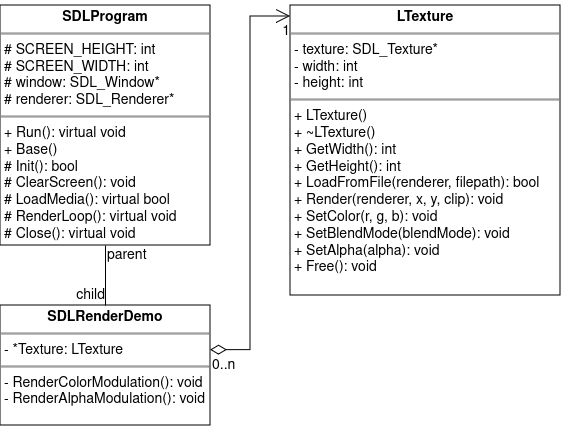
This is misc/design.png from nick-testing/SDL_texturedemo, a draw.io export, as it was before one commit. Source tidied: cells renumbered, new cells last; positions are measured from the earlier drawing's top-left corner, leaving out a move shared by most shapes. Its diagram source:
```xml
<mxGraphModel>
  <root>
    <mxCell id="0" />
    <mxCell id="1" parent="0" />
    <mxCell id="2" value="&lt;p style=&quot;margin: 4px 0px 0px; text-align: center; font-size: 14px;&quot;&gt;&lt;b style=&quot;font-size: 14px;&quot;&gt;SDLProgram&lt;/b&gt;&lt;br style=&quot;font-size: 14px;&quot;&gt;&lt;/p&gt;&lt;hr style=&quot;border-style: solid; font-size: 14px;&quot;&gt;&lt;p style=&quot;margin: 0px 0px 0px 4px; font-size: 14px;&quot;&gt;# SCREEN_HEIGHT: int&lt;/p&gt;&lt;p style=&quot;margin: 0px 0px 0px 4px; font-size: 14px;&quot;&gt;# SCREEN_WIDTH: int&lt;/p&gt;&lt;p style=&quot;margin: 0px 0px 0px 4px; font-size: 14px;&quot;&gt;# window: SDL_Window*&lt;/p&gt;&lt;p style=&quot;margin: 0px 0px 0px 4px; font-size: 14px;&quot;&gt;# renderer: SDL_Renderer*&lt;/p&gt;&lt;hr style=&quot;border-style: solid; font-size: 14px;&quot;&gt;&lt;p style=&quot;margin: 0px 0px 0px 4px; font-size: 14px;&quot;&gt;+ Run(): virtual void&lt;/p&gt;&lt;p style=&quot;margin: 0px 0px 0px 4px; font-size: 14px;&quot;&gt;+ Base()&lt;/p&gt;&lt;p style=&quot;margin: 0px 0px 0px 4px; font-size: 14px;&quot;&gt;# Init(): bool&lt;/p&gt;&lt;p style=&quot;margin: 0px 0px 0px 4px; font-size: 14px;&quot;&gt;# ClearScreen(): void&lt;/p&gt;&lt;p style=&quot;margin: 0px 0px 0px 4px; font-size: 14px;&quot;&gt;# LoadMedia(): virtual bool&lt;br style=&quot;font-size: 14px;&quot;&gt;&lt;/p&gt;&lt;p style=&quot;margin: 0px 0px 0px 4px; font-size: 14px;&quot;&gt;# RenderLoop(): virtual void&lt;/p&gt;&lt;p style=&quot;margin: 0px 0px 0px 4px; font-size: 14px;&quot;&gt;# Close(): virtual void&lt;br style=&quot;font-size: 14px;&quot;&gt;&lt;/p&gt;" style="verticalAlign=top;align=left;overflow=fill;html=1;whiteSpace=wrap;fontSize=14;" parent="1" vertex="1">
      <mxGeometry width="210" height="240" as="geometry" />
    </mxCell>
    <mxCell id="3" value="&lt;p style=&quot;margin: 4px 0px 0px; text-align: center; font-size: 14px;&quot;&gt;&lt;b style=&quot;font-size: 14px;&quot;&gt;SDLRenderDemo&lt;/b&gt;&lt;/p&gt;&lt;hr style=&quot;border-style: solid; font-size: 14px;&quot;&gt;&lt;p style=&quot;margin: 0px 0px 0px 4px; font-size: 14px;&quot;&gt;- *Texture: LTexture&lt;br style=&quot;font-size: 14px;&quot;&gt;&lt;/p&gt;&lt;hr style=&quot;border-style: solid; font-size: 14px;&quot;&gt;&lt;p style=&quot;margin: 0px 0px 0px 4px; font-size: 14px;&quot;&gt;- RenderColorModulation(): void&lt;/p&gt;&lt;p style=&quot;margin: 0px 0px 0px 4px; font-size: 14px;&quot;&gt;- RenderAlphaModulation(): void&lt;br style=&quot;font-size: 14px;&quot;&gt;&lt;/p&gt;" style="verticalAlign=top;align=left;overflow=fill;html=1;whiteSpace=wrap;fontSize=14;" parent="1" vertex="1">
      <mxGeometry y="300" width="210" height="120" as="geometry" />
    </mxCell>
    <mxCell id="4" style="endArrow=none;html=1;edgeStyle=orthogonalEdgeStyle;rounded=0;entryX=0.5;entryY=0;entryDx=0;entryDy=0;exitX=0.5;exitY=1;exitDx=0;exitDy=0;fontSize=14;" parent="1" edge="1" source="2" target="3">
      <mxGeometry relative="1" as="geometry" />
    </mxCell>
    <mxCell id="5" value="parent" style="edgeLabel;html=1;align=left;verticalAlign=bottom;fontSize=14;" parent="4" vertex="1">
      <mxGeometry x="-1" relative="1" as="geometry">
        <mxPoint y="20" as="offset" />
      </mxGeometry>
    </mxCell>
    <mxCell id="6" value="child" style="edgeLabel;html=1;align=right;verticalAlign=bottom;fontSize=14;" parent="4" vertex="1">
      <mxGeometry x="1" relative="1" as="geometry" />
    </mxCell>
    <mxCell id="7" style="endArrow=open;html=1;endSize=12;startArrow=diamondThin;startSize=14;startFill=0;edgeStyle=orthogonalEdgeStyle;rounded=0;exitX=1;exitY=0.372;exitDx=0;exitDy=0;exitPerimeter=0;entryX=0;entryY=0.038;entryDx=0;entryDy=0;entryPerimeter=0;fontSize=14;" parent="1" edge="1" source="3" target="10">
      <mxGeometry relative="1" as="geometry" />
    </mxCell>
    <mxCell id="8" value="0..n" style="edgeLabel;html=1;align=left;verticalAlign=top;fontSize=14;" parent="7" vertex="1">
      <mxGeometry x="-1" relative="1" as="geometry" />
    </mxCell>
    <mxCell id="9" value="1" style="edgeLabel;html=1;align=right;verticalAlign=top;fontSize=14;" parent="7" vertex="1">
      <mxGeometry x="1" relative="1" as="geometry" />
    </mxCell>
    <mxCell id="10" value="&lt;p style=&quot;margin: 4px 0px 0px; text-align: center; font-size: 14px;&quot;&gt;&lt;b style=&quot;font-size: 14px;&quot;&gt;LTexture&lt;/b&gt;&lt;/p&gt;&lt;hr style=&quot;border-style: solid; font-size: 14px;&quot;&gt;&lt;p style=&quot;margin: 0px 0px 0px 4px; font-size: 14px;&quot;&gt;- texture: SDL_Texture*&lt;/p&gt;&lt;p style=&quot;margin: 0px 0px 0px 4px; font-size: 14px;&quot;&gt;- width: int&lt;/p&gt;&lt;p style=&quot;margin: 0px 0px 0px 4px; font-size: 14px;&quot;&gt;- height: int&lt;br style=&quot;font-size: 14px;&quot;&gt;&lt;/p&gt;&lt;hr style=&quot;border-style: solid; font-size: 14px;&quot;&gt;&lt;p style=&quot;margin: 0px 0px 0px 4px; font-size: 14px;&quot;&gt;+ LTexture()&lt;/p&gt;&lt;p style=&quot;margin: 0px 0px 0px 4px; font-size: 14px;&quot;&gt;+ ~LTexture()&lt;br style=&quot;font-size: 14px;&quot;&gt;&lt;/p&gt;&lt;p style=&quot;margin: 0px 0px 0px 4px; font-size: 14px;&quot;&gt;+ GetWidth(): int&lt;/p&gt;&lt;p style=&quot;margin: 0px 0px 0px 4px; font-size: 14px;&quot;&gt;+ GetHeight(): int&lt;/p&gt;&lt;p style=&quot;margin: 0px 0px 0px 4px; font-size: 14px;&quot;&gt;+ LoadFromFile(renderer, filepath): bool&lt;/p&gt;&lt;p style=&quot;margin: 0px 0px 0px 4px; font-size: 14px;&quot;&gt;+ Render(renderer, x, y, clip): void&lt;/p&gt;&lt;p style=&quot;margin: 0px 0px 0px 4px; font-size: 14px;&quot;&gt;+ SetColor(r, g, b): void&lt;/p&gt;&lt;p style=&quot;margin: 0px 0px 0px 4px; font-size: 14px;&quot;&gt;+ SetBlendMode(blendMode): void&lt;/p&gt;&lt;p style=&quot;margin: 0px 0px 0px 4px; font-size: 14px;&quot;&gt;+ SetAlpha(alpha): void&lt;/p&gt;&lt;p style=&quot;margin: 0px 0px 0px 4px; font-size: 14px;&quot;&gt;+ Free(): void &lt;br style=&quot;font-size: 14px;&quot;&gt;&lt;/p&gt;" style="verticalAlign=top;align=left;overflow=fill;html=1;whiteSpace=wrap;fontSize=14;" parent="1" vertex="1">
      <mxGeometry x="290" width="270" height="290" as="geometry" />
    </mxCell>
  </root>
</mxGraphModel>
```
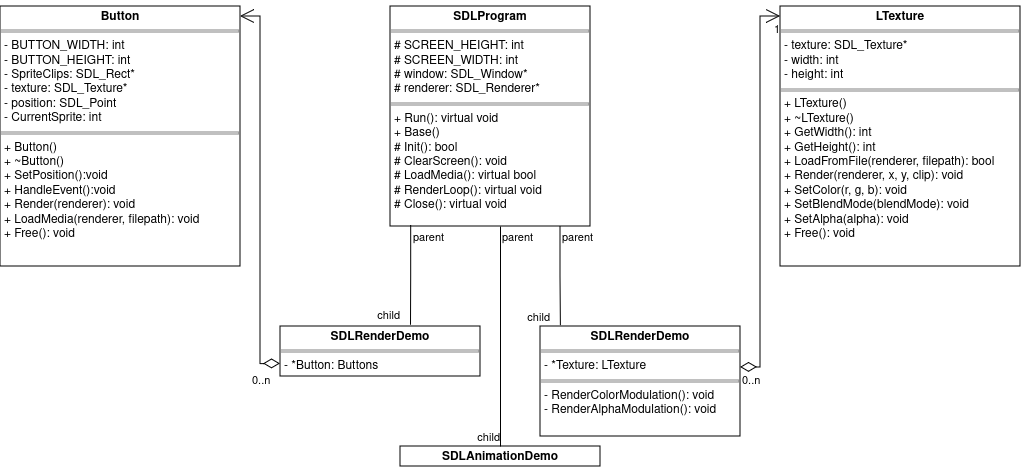
After the change.

Change to the diagram source:
```diff
@@ -2,34 +2,80 @@
   <root>
     <mxCell id="0" />
     <mxCell id="1" parent="0" />
-    <mxCell id="2" value="&lt;p style=&quot;margin: 4px 0px 0px; text-align: center; font-size: 14px;&quot;&gt;&lt;b style=&quot;font-size: 14px;&quot;&gt;SDLProgram&lt;/b&gt;&lt;br style=&quot;font-size: 14px;&quot;&gt;&lt;/p&gt;&lt;hr style=&quot;border-style: solid; font-size: 14px;&quot;&gt;&lt;p style=&quot;margin: 0px 0px 0px 4px; font-size: 14px;&quot;&gt;# SCREEN_HEIGHT: int&lt;/p&gt;&lt;p style=&quot;margin: 0px 0px 0px 4px; font-size: 14px;&quot;&gt;# SCREEN_WIDTH: int&lt;/p&gt;&lt;p style=&quot;margin: 0px 0px 0px 4px; font-size: 14px;&quot;&gt;# window: SDL_Window*&lt;/p&gt;&lt;p style=&quot;margin: 0px 0px 0px 4px; font-size: 14px;&quot;&gt;# renderer: SDL_Renderer*&lt;/p&gt;&lt;hr style=&quot;border-style: solid; font-size: 14px;&quot;&gt;&lt;p style=&quot;margin: 0px 0px 0px 4px; font-size: 14px;&quot;&gt;+ Run(): virtual void&lt;/p&gt;&lt;p style=&quot;margin: 0px 0px 0px 4px; font-size: 14px;&quot;&gt;+ Base()&lt;/p&gt;&lt;p style=&quot;margin: 0px 0px 0px 4px; font-size: 14px;&quot;&gt;# Init(): bool&lt;/p&gt;&lt;p style=&quot;margin: 0px 0px 0px 4px; font-size: 14px;&quot;&gt;# ClearScreen(): void&lt;/p&gt;&lt;p style=&quot;margin: 0px 0px 0px 4px; font-size: 14px;&quot;&gt;# LoadMedia(): virtual bool&lt;br style=&quot;font-size: 14px;&quot;&gt;&lt;/p&gt;&lt;p style=&quot;margin: 0px 0px 0px 4px; font-size: 14px;&quot;&gt;# RenderLoop(): virtual void&lt;/p&gt;&lt;p style=&quot;margin: 0px 0px 0px 4px; font-size: 14px;&quot;&gt;# Close(): virtual void&lt;br style=&quot;font-size: 14px;&quot;&gt;&lt;/p&gt;" style="verticalAlign=top;align=left;overflow=fill;html=1;whiteSpace=wrap;fontSize=14;" parent="1" vertex="1">
-      <mxGeometry width="210" height="240" as="geometry" />
+    <mxCell id="2" value="&lt;p style=&quot;margin:0px;margin-top:4px;text-align:center;&quot;&gt;&lt;b&gt;SDLProgram&lt;/b&gt;&lt;br&gt;&lt;/p&gt;&lt;hr size=&quot;1&quot; style=&quot;border-style:solid;&quot;&gt;&lt;p style=&quot;margin:0px;margin-left:4px;&quot;&gt;# SCREEN_HEIGHT: int&lt;/p&gt;&lt;p style=&quot;margin:0px;margin-left:4px;&quot;&gt;# SCREEN_WIDTH: int&lt;/p&gt;&lt;p style=&quot;margin:0px;margin-left:4px;&quot;&gt;# window: SDL_Window*&lt;/p&gt;&lt;p style=&quot;margin:0px;margin-left:4px;&quot;&gt;# renderer: SDL_Renderer*&lt;/p&gt;&lt;hr size=&quot;1&quot; style=&quot;border-style:solid;&quot;&gt;&lt;p style=&quot;margin:0px;margin-left:4px;&quot;&gt;+ Run(): virtual void&lt;/p&gt;&lt;p style=&quot;margin:0px;margin-left:4px;&quot;&gt;+ Base()&lt;/p&gt;&lt;p style=&quot;margin:0px;margin-left:4px;&quot;&gt;# Init(): bool&lt;/p&gt;&lt;p style=&quot;margin:0px;margin-left:4px;&quot;&gt;# ClearScreen(): void&lt;/p&gt;&lt;p style=&quot;margin:0px;margin-left:4px;&quot;&gt;# LoadMedia(): virtual bool&lt;br&gt;&lt;/p&gt;&lt;p style=&quot;margin:0px;margin-left:4px;&quot;&gt;# RenderLoop(): virtual void&lt;/p&gt;&lt;p style=&quot;margin:0px;margin-left:4px;&quot;&gt;# Close(): virtual void&lt;br&gt;&lt;/p&gt;" style="verticalAlign=top;align=left;overflow=fill;html=1;whiteSpace=wrap;" parent="1" vertex="1">
+      <mxGeometry x="430" y="-30" width="200" height="220" as="geometry" />
     </mxCell>
-    <mxCell id="3" value="&lt;p style=&quot;margin: 4px 0px 0px; text-align: center; font-size: 14px;&quot;&gt;&lt;b style=&quot;font-size: 14px;&quot;&gt;SDLRenderDemo&lt;/b&gt;&lt;/p&gt;&lt;hr style=&quot;border-style: solid; font-size: 14px;&quot;&gt;&lt;p style=&quot;margin: 0px 0px 0px 4px; font-size: 14px;&quot;&gt;- *Texture: LTexture&lt;br style=&quot;font-size: 14px;&quot;&gt;&lt;/p&gt;&lt;hr style=&quot;border-style: solid; font-size: 14px;&quot;&gt;&lt;p style=&quot;margin: 0px 0px 0px 4px; font-size: 14px;&quot;&gt;- RenderColorModulation(): void&lt;/p&gt;&lt;p style=&quot;margin: 0px 0px 0px 4px; font-size: 14px;&quot;&gt;- RenderAlphaModulation(): void&lt;br style=&quot;font-size: 14px;&quot;&gt;&lt;/p&gt;" style="verticalAlign=top;align=left;overflow=fill;html=1;whiteSpace=wrap;fontSize=14;" parent="1" vertex="1">
-      <mxGeometry y="300" width="210" height="120" as="geometry" />
+    <mxCell id="3" value="&lt;p style=&quot;margin:0px;margin-top:4px;text-align:center;&quot;&gt;&lt;b&gt;SDLRenderDemo&lt;/b&gt;&lt;/p&gt;&lt;hr size=&quot;1&quot; style=&quot;border-style:solid;&quot;&gt;&lt;p style=&quot;margin:0px;margin-left:4px;&quot;&gt;- *Texture: LTexture&lt;br&gt;&lt;/p&gt;&lt;hr size=&quot;1&quot; style=&quot;border-style:solid;&quot;&gt;&lt;p style=&quot;margin:0px;margin-left:4px;&quot;&gt;- RenderColorModulation(): void&lt;/p&gt;&lt;p style=&quot;margin:0px;margin-left:4px;&quot;&gt;- RenderAlphaModulation(): void&lt;br&gt;&lt;/p&gt;" style="verticalAlign=top;align=left;overflow=fill;html=1;whiteSpace=wrap;" parent="1" vertex="1">
+      <mxGeometry x="580" y="290" width="200" height="110" as="geometry" />
     </mxCell>
-    <mxCell id="4" style="endArrow=none;html=1;edgeStyle=orthogonalEdgeStyle;rounded=0;entryX=0.5;entryY=0;entryDx=0;entryDy=0;exitX=0.5;exitY=1;exitDx=0;exitDy=0;fontSize=14;" parent="1" edge="1" source="2" target="3">
+    <mxCell id="4" style="endArrow=none;html=1;edgeStyle=orthogonalEdgeStyle;rounded=0;exitX=0.85;exitY=1;exitDx=0;exitDy=0;exitPerimeter=0;entryX=0.102;entryY=-0.006;entryDx=0;entryDy=0;entryPerimeter=0;" parent="1" edge="1" source="2" target="3">
       <mxGeometry relative="1" as="geometry" />
     </mxCell>
-    <mxCell id="5" value="parent" style="edgeLabel;html=1;align=left;verticalAlign=bottom;fontSize=14;" parent="4" vertex="1">
+    <mxCell id="5" value="parent" style="edgeLabel;html=1;align=left;verticalAlign=bottom;" parent="4" vertex="1">
       <mxGeometry x="-1" relative="1" as="geometry">
         <mxPoint y="20" as="offset" />
       </mxGeometry>
     </mxCell>
-    <mxCell id="6" value="child" style="edgeLabel;html=1;align=right;verticalAlign=bottom;fontSize=14;" parent="4" vertex="1">
-      <mxGeometry x="1" relative="1" as="geometry" />
+    <mxCell id="6" value="child" style="edgeLabel;html=1;align=right;verticalAlign=bottom;" parent="4" vertex="1">
+      <mxGeometry x="1" relative="1" as="geometry">
+        <mxPoint x="-10" as="offset" />
+      </mxGeometry>
     </mxCell>
-    <mxCell id="7" style="endArrow=open;html=1;endSize=12;startArrow=diamondThin;startSize=14;startFill=0;edgeStyle=orthogonalEdgeStyle;rounded=0;exitX=1;exitY=0.372;exitDx=0;exitDy=0;exitPerimeter=0;entryX=0;entryY=0.038;entryDx=0;entryDy=0;entryPerimeter=0;fontSize=14;" parent="1" edge="1" source="3" target="10">
+    <mxCell id="7" style="endArrow=open;html=1;endSize=12;startArrow=diamondThin;startSize=14;startFill=0;edgeStyle=orthogonalEdgeStyle;rounded=0;exitX=1;exitY=0.372;exitDx=0;exitDy=0;exitPerimeter=0;entryX=0;entryY=0.038;entryDx=0;entryDy=0;entryPerimeter=0;" parent="1" edge="1" source="3" target="10">
       <mxGeometry relative="1" as="geometry" />
     </mxCell>
-    <mxCell id="8" value="0..n" style="edgeLabel;html=1;align=left;verticalAlign=top;fontSize=14;" parent="7" vertex="1">
+    <mxCell id="8" value="0..n" style="edgeLabel;html=1;align=left;verticalAlign=top;" parent="7" vertex="1">
       <mxGeometry x="-1" relative="1" as="geometry" />
     </mxCell>
-    <mxCell id="9" value="1" style="edgeLabel;html=1;align=right;verticalAlign=top;fontSize=14;" parent="7" vertex="1">
+    <mxCell id="9" value="1" style="edgeLabel;html=1;align=right;verticalAlign=top;" parent="7" vertex="1">
       <mxGeometry x="1" relative="1" as="geometry" />
     </mxCell>
-    <mxCell id="10" value="&lt;p style=&quot;margin: 4px 0px 0px; text-align: center; font-size: 14px;&quot;&gt;&lt;b style=&quot;font-size: 14px;&quot;&gt;LTexture&lt;/b&gt;&lt;/p&gt;&lt;hr style=&quot;border-style: solid; font-size: 14px;&quot;&gt;&lt;p style=&quot;margin: 0px 0px 0px 4px; font-size: 14px;&quot;&gt;- texture: SDL_Texture*&lt;/p&gt;&lt;p style=&quot;margin: 0px 0px 0px 4px; font-size: 14px;&quot;&gt;- width: int&lt;/p&gt;&lt;p style=&quot;margin: 0px 0px 0px 4px; font-size: 14px;&quot;&gt;- height: int&lt;br style=&quot;font-size: 14px;&quot;&gt;&lt;/p&gt;&lt;hr style=&quot;border-style: solid; font-size: 14px;&quot;&gt;&lt;p style=&quot;margin: 0px 0px 0px 4px; font-size: 14px;&quot;&gt;+ LTexture()&lt;/p&gt;&lt;p style=&quot;margin: 0px 0px 0px 4px; font-size: 14px;&quot;&gt;+ ~LTexture()&lt;br style=&quot;font-size: 14px;&quot;&gt;&lt;/p&gt;&lt;p style=&quot;margin: 0px 0px 0px 4px; font-size: 14px;&quot;&gt;+ GetWidth(): int&lt;/p&gt;&lt;p style=&quot;margin: 0px 0px 0px 4px; font-size: 14px;&quot;&gt;+ GetHeight(): int&lt;/p&gt;&lt;p style=&quot;margin: 0px 0px 0px 4px; font-size: 14px;&quot;&gt;+ LoadFromFile(renderer, filepath): bool&lt;/p&gt;&lt;p style=&quot;margin: 0px 0px 0px 4px; font-size: 14px;&quot;&gt;+ Render(renderer, x, y, clip): void&lt;/p&gt;&lt;p style=&quot;margin: 0px 0px 0px 4px; font-size: 14px;&quot;&gt;+ SetColor(r, g, b): void&lt;/p&gt;&lt;p style=&quot;margin: 0px 0px 0px 4px; font-size: 14px;&quot;&gt;+ SetBlendMode(blendMode): void&lt;/p&gt;&lt;p style=&quot;margin: 0px 0px 0px 4px; font-size: 14px;&quot;&gt;+ SetAlpha(alpha): void&lt;/p&gt;&lt;p style=&quot;margin: 0px 0px 0px 4px; font-size: 14px;&quot;&gt;+ Free(): void &lt;br style=&quot;font-size: 14px;&quot;&gt;&lt;/p&gt;" style="verticalAlign=top;align=left;overflow=fill;html=1;whiteSpace=wrap;fontSize=14;" parent="1" vertex="1">
-      <mxGeometry x="290" width="270" height="290" as="geometry" />
+    <mxCell id="10" value="&lt;p style=&quot;margin:0px;margin-top:4px;text-align:center;&quot;&gt;&lt;b&gt;LTexture&lt;/b&gt;&lt;/p&gt;&lt;hr size=&quot;1&quot; style=&quot;border-style:solid;&quot;&gt;&lt;p style=&quot;margin:0px;margin-left:4px;&quot;&gt;- texture: SDL_Texture*&lt;/p&gt;&lt;p style=&quot;margin:0px;margin-left:4px;&quot;&gt;- width: int&lt;/p&gt;&lt;p style=&quot;margin:0px;margin-left:4px;&quot;&gt;- height: int&lt;br&gt;&lt;/p&gt;&lt;hr size=&quot;1&quot; style=&quot;border-style:solid;&quot;&gt;&lt;p style=&quot;margin:0px;margin-left:4px;&quot;&gt;+ LTexture()&lt;/p&gt;&lt;p style=&quot;margin:0px;margin-left:4px;&quot;&gt;+ ~LTexture()&lt;br&gt;&lt;/p&gt;&lt;p style=&quot;margin:0px;margin-left:4px;&quot;&gt;+ GetWidth(): int&lt;/p&gt;&lt;p style=&quot;margin:0px;margin-left:4px;&quot;&gt;+ GetHeight(): int&lt;/p&gt;&lt;p style=&quot;margin:0px;margin-left:4px;&quot;&gt;+ LoadFromFile(renderer, filepath): bool&lt;/p&gt;&lt;p style=&quot;margin:0px;margin-left:4px;&quot;&gt;+ Render(renderer, x, y, clip): void&lt;/p&gt;&lt;p style=&quot;margin:0px;margin-left:4px;&quot;&gt;+ SetColor(r, g, b): void&lt;/p&gt;&lt;p style=&quot;margin:0px;margin-left:4px;&quot;&gt;+ SetBlendMode(blendMode): void&lt;/p&gt;&lt;p style=&quot;margin:0px;margin-left:4px;&quot;&gt;+ SetAlpha(alpha): void&lt;/p&gt;&lt;p style=&quot;margin:0px;margin-left:4px;&quot;&gt;+ Free(): void &lt;br&gt;&lt;/p&gt;" style="verticalAlign=top;align=left;overflow=fill;html=1;whiteSpace=wrap;" parent="1" vertex="1">
+      <mxGeometry x="820" y="-30" width="240" height="260" as="geometry" />
     </mxCell>
+    <mxCell id="11" value="&lt;p style=&quot;margin:0px;margin-top:4px;text-align:center;&quot;&gt;&lt;b&gt;SDLAnimationDemo&lt;/b&gt;&lt;/p&gt;&lt;hr size=&quot;1&quot; style=&quot;border-style:solid;&quot;&gt;&lt;p style=&quot;margin:0px;margin-left:4px;&quot;&gt;&lt;br&gt;&lt;/p&gt;&lt;hr size=&quot;1&quot; style=&quot;border-style:solid;&quot;&gt;" style="verticalAlign=top;align=left;overflow=fill;html=1;whiteSpace=wrap;" parent="1" vertex="1">
+      <mxGeometry x="440" y="410" width="200" height="20" as="geometry" />
+    </mxCell>
+    <mxCell id="12" style="endArrow=none;html=1;edgeStyle=orthogonalEdgeStyle;rounded=0;entryX=0.5;entryY=0;entryDx=0;entryDy=0;exitX=0.55;exitY=1;exitDx=0;exitDy=0;exitPerimeter=0;" parent="1" edge="1" source="2" target="11">
+      <mxGeometry relative="1" as="geometry" />
+    </mxCell>
+    <mxCell id="13" value="parent" style="edgeLabel;html=1;align=left;verticalAlign=bottom;" parent="12" vertex="1">
+      <mxGeometry x="-1" relative="1" as="geometry">
+        <mxPoint y="20" as="offset" />
+      </mxGeometry>
+    </mxCell>
+    <mxCell id="14" value="child" style="edgeLabel;html=1;align=right;verticalAlign=bottom;" parent="12" vertex="1">
+      <mxGeometry x="1" relative="1" as="geometry" />
+    </mxCell>
+    <mxCell id="15" value="&lt;p style=&quot;margin:0px;margin-top:4px;text-align:center;&quot;&gt;&lt;b&gt;SDLRenderDemo&lt;/b&gt;&lt;/p&gt;&lt;hr size=&quot;1&quot; style=&quot;border-style:solid;&quot;&gt;&lt;p style=&quot;margin:0px;margin-left:4px;&quot;&gt;- *Button: Buttons&lt;br&gt;&lt;/p&gt;&lt;hr size=&quot;1&quot; style=&quot;border-style:solid;&quot;&gt;" style="verticalAlign=top;align=left;overflow=fill;html=1;whiteSpace=wrap;" parent="1" vertex="1">
+      <mxGeometry x="320" y="290" width="200" height="50" as="geometry" />
+    </mxCell>
+    <mxCell id="16" style="endArrow=none;html=1;edgeStyle=orthogonalEdgeStyle;rounded=0;exitX=0.103;exitY=0.998;exitDx=0;exitDy=0;exitPerimeter=0;entryX=0.652;entryY=-0.024;entryDx=0;entryDy=0;entryPerimeter=0;" parent="1" edge="1" source="2" target="15">
+      <mxGeometry relative="1" as="geometry" />
+    </mxCell>
+    <mxCell id="17" value="parent" style="edgeLabel;html=1;align=left;verticalAlign=bottom;" parent="16" vertex="1">
+      <mxGeometry x="-1" relative="1" as="geometry">
+        <mxPoint y="20" as="offset" />
+      </mxGeometry>
+    </mxCell>
+    <mxCell id="18" value="child" style="edgeLabel;html=1;align=right;verticalAlign=bottom;" parent="16" vertex="1">
+      <mxGeometry x="1" relative="1" as="geometry">
+        <mxPoint x="-10" as="offset" />
+      </mxGeometry>
+    </mxCell>
+    <mxCell id="19" style="endArrow=open;html=1;endSize=12;startArrow=diamondThin;startSize=14;startFill=0;edgeStyle=orthogonalEdgeStyle;rounded=0;exitX=0;exitY=0.75;exitDx=0;exitDy=0;entryX=1;entryY=0.038;entryDx=0;entryDy=0;entryPerimeter=0;" parent="1" edge="1" source="15" target="22">
+      <mxGeometry relative="1" as="geometry" />
+    </mxCell>
+    <mxCell id="20" value="0..n" style="edgeLabel;html=1;align=left;verticalAlign=top;" parent="19" vertex="1">
+      <mxGeometry x="-1" relative="1" as="geometry">
+        <mxPoint x="-30" y="3" as="offset" />
+      </mxGeometry>
+    </mxCell>
+    <mxCell id="21" value="1" style="edgeLabel;html=1;align=right;verticalAlign=top;" parent="19" vertex="1">
+      <mxGeometry x="1" relative="1" as="geometry" />
+    </mxCell>
+    <mxCell id="22" value="&lt;p style=&quot;margin:0px;margin-top:4px;text-align:center;&quot;&gt;&lt;b&gt;Button&lt;/b&gt;&lt;/p&gt;&lt;hr size=&quot;1&quot; style=&quot;border-style:solid;&quot;&gt;&lt;p style=&quot;margin:0px;margin-left:4px;&quot;&gt;- BUTTON_WIDTH: int&lt;/p&gt;&lt;p style=&quot;margin:0px;margin-left:4px;&quot;&gt;- BUTTON_HEIGHT: int&lt;/p&gt;&lt;p style=&quot;margin:0px;margin-left:4px;&quot;&gt;- SpriteClips: SDL_Rect*&lt;br&gt;&lt;/p&gt;&lt;p style=&quot;margin:0px;margin-left:4px;&quot;&gt;- texture: SDL_Texture*&lt;/p&gt;&lt;p style=&quot;margin:0px;margin-left:4px;&quot;&gt;- position: SDL_Point&lt;br&gt;&lt;/p&gt;&lt;p style=&quot;margin:0px;margin-left:4px;&quot;&gt;- CurrentSprite: int&lt;br&gt;&lt;/p&gt;&lt;hr size=&quot;1&quot; style=&quot;border-style:solid;&quot;&gt;&lt;p style=&quot;margin:0px;margin-left:4px;&quot;&gt;+ Button()&lt;/p&gt;&lt;p style=&quot;margin:0px;margin-left:4px;&quot;&gt;+ ~Button()&lt;br&gt;&lt;/p&gt;&lt;p style=&quot;margin:0px;margin-left:4px;&quot;&gt;+ SetPosition():void&lt;/p&gt;&lt;p style=&quot;margin:0px;margin-left:4px;&quot;&gt;+ HandleEvent():void&lt;/p&gt;&lt;p style=&quot;margin:0px;margin-left:4px;&quot;&gt;+ Render(renderer): void&lt;/p&gt;&lt;p style=&quot;margin:0px;margin-left:4px;&quot;&gt;+ LoadMedia(renderer, filepath): void&lt;/p&gt;&lt;p style=&quot;margin:0px;margin-left:4px;&quot;&gt;+ Free(): void &lt;br&gt;&lt;/p&gt;" style="verticalAlign=top;align=left;overflow=fill;html=1;whiteSpace=wrap;" parent="1" vertex="1">
+      <mxGeometry x="40" y="-30" width="240" height="260" as="geometry" />
+    </mxCell>
   </root>
 </mxGraphModel>
```
